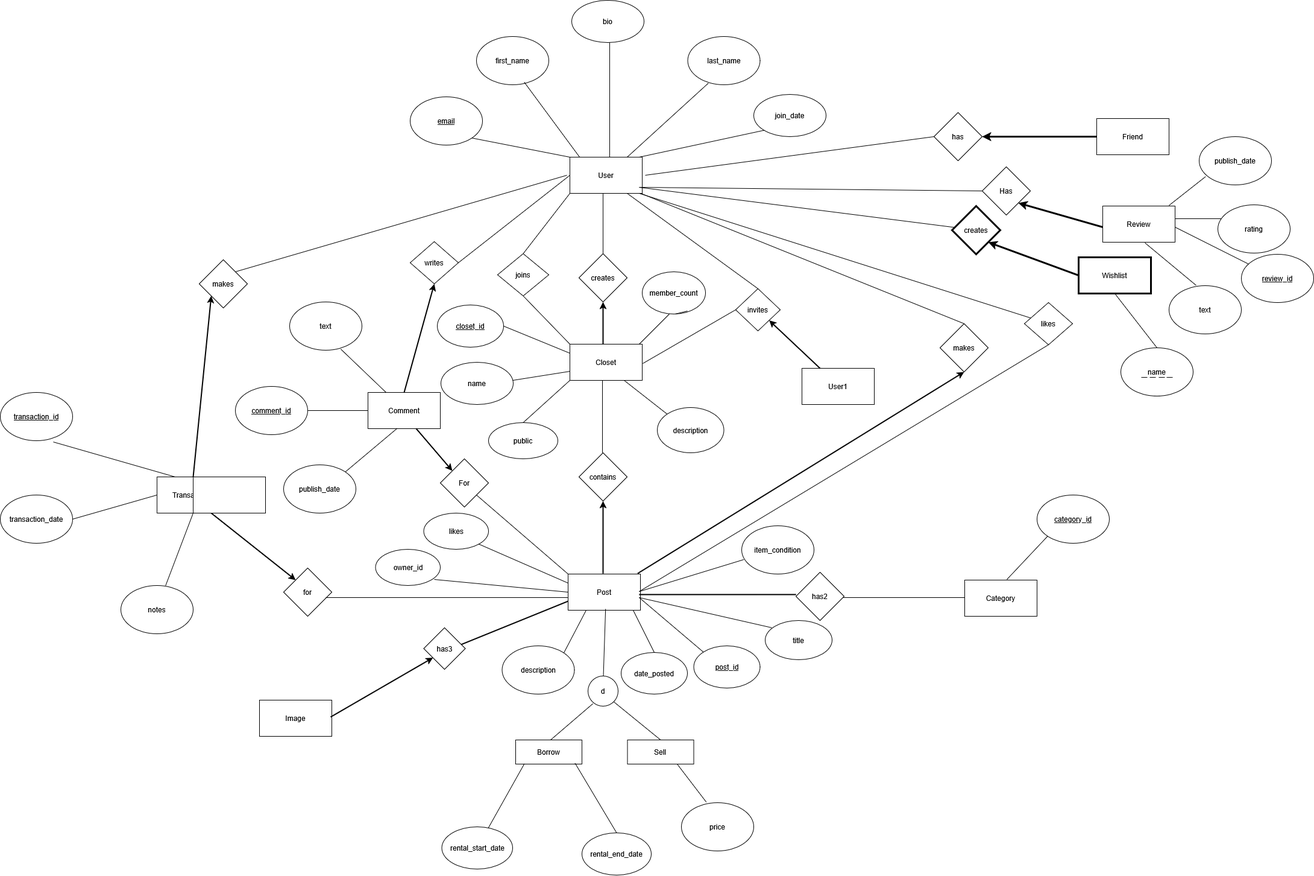
This is server/databases/closet_circle_erd.png from ninaw04/closet-circle, a draw.io export, as it was before one commit. Source tidied: cells renumbered, new cells last; positions are measured from the earlier drawing's top-left corner, leaving out a move shared by most shapes.
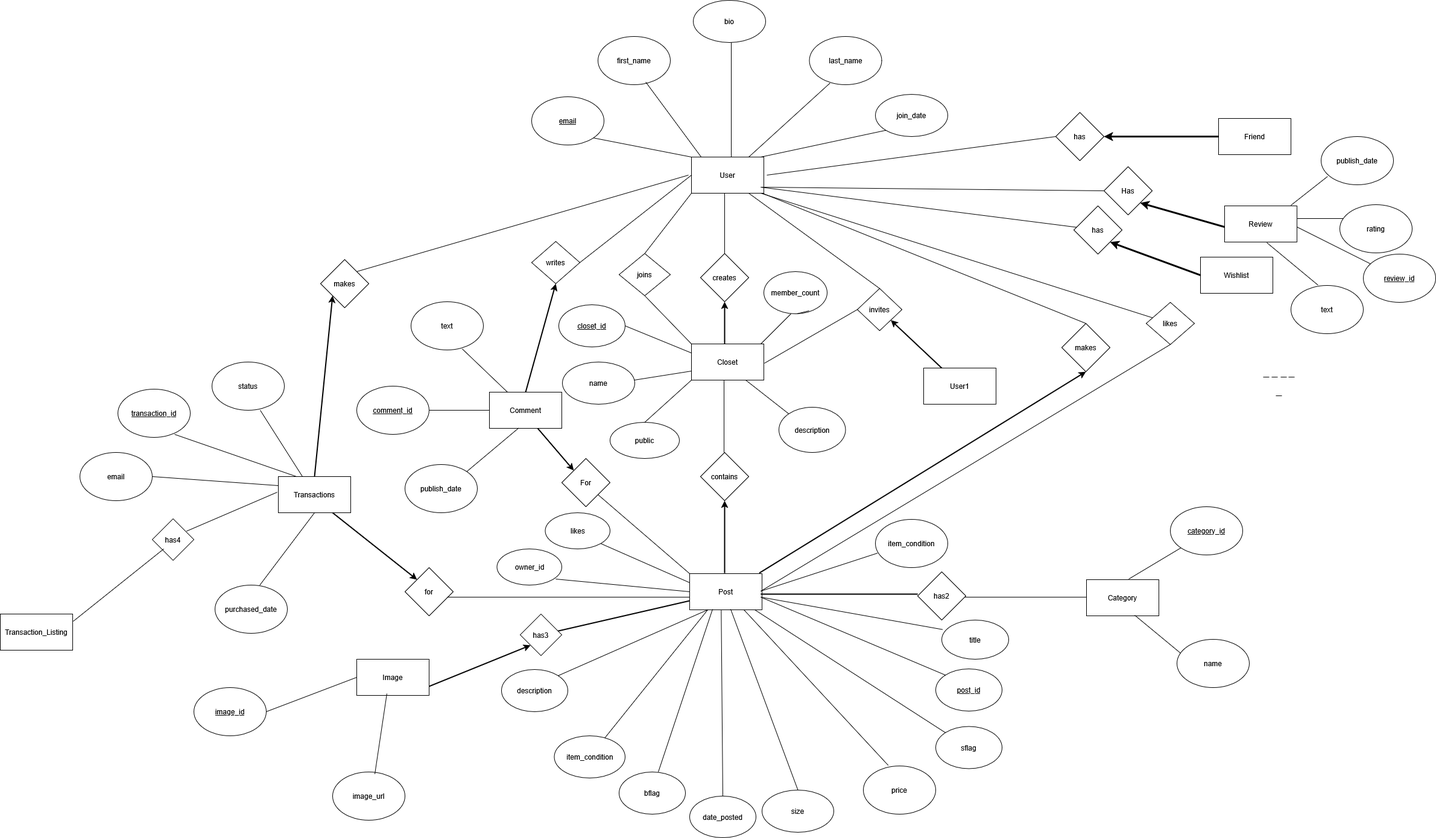
After the commit.

Commit message:
updated db erd and schema

Change to the diagram source:
```diff
@@ -99,35 +99,15 @@
       <mxGeometry relative="1" as="geometry" />
     </mxCell>
     <mxCell id="30" value="description" style="ellipse;whiteSpace=wrap;html=1;" parent="1" vertex="1">
-      <mxGeometry x="832.5" y="1070" width="120" height="80" as="geometry" />
+      <mxGeometry x="630" y="1110" width="110" height="70" as="geometry" />
     </mxCell>
     <mxCell id="31" style="endArrow=none;html=1;rounded=0;entryX=0.25;entryY=1;entryDx=0;entryDy=0;exitX=1;exitY=0;exitDx=0;exitDy=0;" parent="1" edge="1" source="30" target="22">
       <mxGeometry relative="1" as="geometry" />
     </mxCell>
     <mxCell id="32" value="price" style="ellipse;whiteSpace=wrap;html=1;" parent="1" vertex="1">
-      <mxGeometry x="1130" y="1330" width="120" height="80" as="geometry" />
+      <mxGeometry x="1230" y="1270" width="120" height="80" as="geometry" />
     </mxCell>
-    <mxCell id="33" style="endArrow=none;html=1;rounded=0;" parent="1" edge="1" source="79">
-      <mxGeometry relative="1" as="geometry">
-        <mxPoint x="1004.2" y="1009" as="targetPoint" />
-      </mxGeometry>
-    </mxCell>
-    <mxCell id="34" style="endArrow=none;html=1;rounded=0;" parent="1" edge="1">
-      <mxGeometry relative="1" as="geometry">
-        <mxPoint x="913" y="1226" as="sourcePoint" />
-        <mxPoint x="983" y="1166" as="targetPoint" />
-      </mxGeometry>
-    </mxCell>
-    <mxCell id="35" style="endArrow=none;html=1;rounded=0;entryX=0.5;entryY=0;entryDx=0;entryDy=0;exitX=1;exitY=1;exitDx=0;exitDy=0;" parent="1" edge="1" source="79" target="37">
-      <mxGeometry relative="1" as="geometry" />
-    </mxCell>
-    <mxCell id="36" value="Borrow" style="rounded=0;whiteSpace=wrap;html=1;" parent="1" vertex="1">
-      <mxGeometry x="855" y="1226" width="110" height="40" as="geometry" />
-    </mxCell>
-    <mxCell id="37" value="Sell" style="rounded=0;whiteSpace=wrap;html=1;" parent="1" vertex="1">
-      <mxGeometry x="1040.5" y="1226" width="110" height="40" as="geometry" />
-    </mxCell>
-    <mxCell id="38" style="endArrow=none;html=1;rounded=0;entryX=0.344;entryY=-0.012;entryDx=0;entryDy=0;entryPerimeter=0;exitX=0.75;exitY=1;exitDx=0;exitDy=0;" parent="1" edge="1" source="37" target="32">
+    <mxCell id="38" style="endArrow=none;html=1;rounded=0;entryX=0.344;entryY=-0.012;entryDx=0;entryDy=0;entryPerimeter=0;exitX=0.75;exitY=1;exitDx=0;exitDy=0;" parent="1" edge="1" source="22" target="32">
       <mxGeometry relative="1" as="geometry" />
     </mxCell>
     <mxCell id="39" value="For" style="rhombus;whiteSpace=wrap;html=1;" parent="1" vertex="1">
@@ -158,13 +138,11 @@
     <mxCell id="46" style="endArrow=classic;html=1;rounded=0;entryX=0.5;entryY=1;entryDx=0;entryDy=0;strokeWidth=2;exitX=0.5;exitY=0;exitDx=0;exitDy=0;" parent="1" edge="1" source="20" target="18">
       <mxGeometry relative="1" as="geometry" />
     </mxCell>
-    <mxCell id="47" style="endArrow=none;html=1;rounded=0;exitX=0.5;exitY=0;exitDx=0;exitDy=0;" parent="1" edge="1" source="48">
-      <mxGeometry relative="1" as="geometry">
-        <mxPoint x="1050" y="1011" as="targetPoint" />
-      </mxGeometry>
+    <mxCell id="47" style="endArrow=none;html=1;rounded=0;exitX=0.5;exitY=0;exitDx=0;exitDy=0;entryX=0.436;entryY=1.016;entryDx=0;entryDy=0;entryPerimeter=0;" parent="1" edge="1" source="48" target="22">
+      <mxGeometry relative="1" as="geometry" />
     </mxCell>
     <mxCell id="48" value="date_posted" style="ellipse;whiteSpace=wrap;html=1;" parent="1" vertex="1">
-      <mxGeometry x="1030" y="1081" width="110" height="69" as="geometry" />
+      <mxGeometry x="942" y="1320" width="110" height="69" as="geometry" />
     </mxCell>
     <mxCell id="49" style="endArrow=classic;html=1;rounded=0;entryX=0;entryY=0;entryDx=0;entryDy=0;strokeWidth=2;exitX=0.667;exitY=1;exitDx=0;exitDy=0;exitPerimeter=0;" parent="1" edge="1" source="20" target="39">
       <mxGeometry relative="1" as="geometry" />
@@ -184,7 +162,7 @@
         <mxPoint x="1000" y="570" as="sourcePoint" />
       </mxGeometry>
     </mxCell>
-    <mxCell id="53" value="creates" style="rhombus;whiteSpace=wrap;html=1;strokeWidth=3;" parent="1" vertex="1">
+    <mxCell id="53" value="has" style="rhombus;whiteSpace=wrap;html=1;strokeWidth=1;" parent="1" vertex="1">
       <mxGeometry x="1579" y="341" width="80" height="80" as="geometry" />
     </mxCell>
     <mxCell id="54" style="endArrow=none;html=1;rounded=0;" parent="1" edge="1" target="53">
@@ -192,15 +170,9 @@
         <mxPoint x="1060" y="310" as="sourcePoint" />
       </mxGeometry>
     </mxCell>
-    <mxCell id="55" value="Wishlist" style="rounded=0;whiteSpace=wrap;html=1;strokeWidth=3;" parent="1" vertex="1">
+    <mxCell id="55" value="Wishlist" style="rounded=0;whiteSpace=wrap;html=1;strokeWidth=1;" parent="1" vertex="1">
       <mxGeometry x="1789" y="426" width="120" height="60" as="geometry" />
     </mxCell>
-    <mxCell id="56" value="name" style="ellipse;whiteSpace=wrap;html=1;" parent="1" vertex="1">
-      <mxGeometry x="1859" y="576" width="120" height="80" as="geometry" />
-    </mxCell>
-    <mxCell id="57" style="endArrow=none;html=1;rounded=0;entryX=0.5;entryY=1;entryDx=0;entryDy=0;exitX=0.5;exitY=0;exitDx=0;exitDy=0;" parent="1" edge="1" source="56" target="55">
-      <mxGeometry relative="1" as="geometry" />
-    </mxCell>
     <mxCell id="58" value="Has" style="rhombus;whiteSpace=wrap;html=1;" parent="1" vertex="1">
       <mxGeometry x="1629" y="276" width="80" height="80" as="geometry" />
     </mxCell>
@@ -246,14 +218,14 @@
     <mxCell id="68" value="&lt;u&gt;review_id&lt;/u&gt;" style="ellipse;whiteSpace=wrap;html=1;" parent="1" vertex="1">
       <mxGeometry x="2059" y="421" width="120" height="80" as="geometry" />
     </mxCell>
-    <mxCell id="69" style="endArrow=none;html=1;rounded=0;entryX=0.131;entryY=0.989;entryDx=0;entryDy=0;entryPerimeter=0;" parent="1" edge="1" source="70" target="36">
+    <mxCell id="69" style="endArrow=none;html=1;rounded=0;entryX=0.25;entryY=1;entryDx=0;entryDy=0;" parent="1" edge="1" source="70" target="22">
       <mxGeometry relative="1" as="geometry" />
     </mxCell>
-    <mxCell id="70" value="rental_start_date" style="ellipse;whiteSpace=wrap;html=1;" parent="1" vertex="1">
-      <mxGeometry x="732.5" y="1370" width="117.5" height="70" as="geometry" />
+    <mxCell id="70" value="&lt;div&gt;item_condition&lt;/div&gt;" style="ellipse;whiteSpace=wrap;html=1;" parent="1" vertex="1">
+      <mxGeometry x="717.5" y="1220" width="117.5" height="70" as="geometry" />
     </mxCell>
     <mxCell id="71" value="&lt;u&gt;post_id&lt;/u&gt;" style="ellipse;whiteSpace=wrap;html=1;" parent="1" vertex="1">
-      <mxGeometry x="1150.5" y="1070" width="110" height="70" as="geometry" />
+      <mxGeometry x="1350" y="1109" width="110" height="70" as="geometry" />
     </mxCell>
     <mxCell id="72" style="endArrow=none;html=1;rounded=0;entryX=0;entryY=0;entryDx=0;entryDy=0;" parent="1" edge="1" target="71">
       <mxGeometry relative="1" as="geometry">
@@ -280,14 +252,6 @@
         <mxPoint x="940" y="290" as="targetPoint" />
       </mxGeometry>
     </mxCell>
-    <mxCell id="78" style="endArrow=none;html=1;rounded=0;" parent="1" edge="1" target="79">
-      <mxGeometry relative="1" as="geometry">
-        <mxPoint x="1004.2" y="1159" as="sourcePoint" />
-      </mxGeometry>
-    </mxCell>
-    <mxCell id="79" value="d" style="ellipse;whiteSpace=wrap;html=1;" parent="1" vertex="1">
-      <mxGeometry x="975" y="1120" width="50" height="50" as="geometry" />
-    </mxCell>
     <mxCell id="80" value="makes" style="rhombus;whiteSpace=wrap;html=1;" parent="1" vertex="1">
       <mxGeometry x="330" y="430" width="80" height="80" as="geometry" />
     </mxCell>
@@ -301,26 +265,16 @@
       </mxGeometry>
     </mxCell>
     <mxCell id="83" value="&lt;u&gt;transaction_id&lt;/u&gt;" style="ellipse;whiteSpace=wrap;html=1;" parent="1" vertex="1">
-      <mxGeometry y="650" width="120" height="80" as="geometry" />
+      <mxGeometry x="-6" y="645" width="120" height="80" as="geometry" />
     </mxCell>
-    <mxCell id="84" value="transaction_date" style="ellipse;whiteSpace=wrap;html=1;" parent="1" vertex="1">
-      <mxGeometry y="820" width="120" height="80" as="geometry" />
-    </mxCell>
-    <mxCell id="85" value="rental_end_date" style="ellipse;whiteSpace=wrap;html=1;" parent="1" vertex="1">
-      <mxGeometry x="965" y="1380" width="115" height="70" as="geometry" />
-    </mxCell>
-    <mxCell id="86" style="endArrow=none;html=1;rounded=0;entryX=0.5;entryY=0;entryDx=0;entryDy=0;exitX=0.897;exitY=0.968;exitDx=0;exitDy=0;exitPerimeter=0;" parent="1" edge="1" source="36" target="85">
-      <mxGeometry relative="1" as="geometry" />
-    </mxCell>
-    <mxCell id="87" value="notes" style="ellipse;whiteSpace=wrap;html=1;" parent="1" vertex="1">
-      <mxGeometry x="200" y="970" width="120" height="80" as="geometry" />
+    <mxCell id="87" value="purchased_date" style="ellipse;whiteSpace=wrap;html=1;" parent="1" vertex="1">
+      <mxGeometry x="155" y="970" width="120" height="80" as="geometry" />
     </mxCell>
-    <mxCell id="88" style="endArrow=none;html=1;rounded=0;entryX=0.25;entryY=0;entryDx=0;entryDy=0;exitX=0.733;exitY=1.026;exitDx=0;exitDy=0;exitPerimeter=0;" parent="1" edge="1" source="83" target="75">
-      <mxGeometry relative="1" as="geometry" />
+    <mxCell id="88" style="endArrow=none;html=1;rounded=0;entryX=0.25;entryY=0;entryDx=0;entryDy=0;" parent="1" edge="1" target="75">
+      <mxGeometry relative="1" as="geometry">
+        <mxPoint x="88" y="720" as="sourcePoint" />
+      </mxGeometry>
     </mxCell>
-    <mxCell id="89" style="endArrow=none;html=1;rounded=0;entryX=0;entryY=0.5;entryDx=0;entryDy=0;exitX=1;exitY=0.5;exitDx=0;exitDy=0;" parent="1" edge="1" source="84" target="75">
-      <mxGeometry relative="1" as="geometry" />
-    </mxCell>
     <mxCell id="90" style="endArrow=none;html=1;rounded=0;entryX=0.5;entryY=1;entryDx=0;entryDy=0;exitX=0.619;exitY=0.001;exitDx=0;exitDy=0;exitPerimeter=0;" parent="1" edge="1" source="87" target="75">
       <mxGeometry relative="1" as="geometry" />
     </mxCell>
@@ -370,7 +324,7 @@
       </mxGeometry>
     </mxCell>
     <mxCell id="102" value="item_condition" style="ellipse;whiteSpace=wrap;html=1;" parent="1" vertex="1">
-      <mxGeometry x="1230" y="871" width="120" height="80" as="geometry" />
+      <mxGeometry x="1250" y="861" width="120" height="80" as="geometry" />
     </mxCell>
     <mxCell id="103" style="endArrow=none;html=1;rounded=0;entryX=0.029;entryY=0.7;entryDx=0;entryDy=0;entryPerimeter=0;" parent="1" edge="1" target="102">
       <mxGeometry relative="1" as="geometry">
@@ -445,14 +399,13 @@
     <mxCell id="117" value="has2" style="rhombus;whiteSpace=wrap;html=1;" parent="1" vertex="1">
       <mxGeometry x="1320" y="948" width="80" height="80" as="geometry" />
     </mxCell>
-    <mxCell id="118" style="endArrow=none;html=1;rounded=0;" parent="1" edge="1">
+    <mxCell id="118" style="endArrow=none;html=1;rounded=0;entryX=0.011;entryY=0.241;entryDx=0;entryDy=0;entryPerimeter=0;" parent="1" edge="1" target="119">
       <mxGeometry relative="1" as="geometry">
         <mxPoint x="1060" y="990" as="sourcePoint" />
-        <mxPoint x="1280" y="1040" as="targetPoint" />
       </mxGeometry>
     </mxCell>
     <mxCell id="119" value="&lt;div&gt;title&lt;/div&gt;" style="ellipse;whiteSpace=wrap;html=1;" parent="1" vertex="1">
-      <mxGeometry x="1269" y="1028" width="111" height="65" as="geometry" />
+      <mxGeometry x="1360" y="1028" width="111" height="65" as="geometry" />
     </mxCell>
     <mxCell id="120" style="endArrow=none;html=1;rounded=0;" parent="1" edge="1">
       <mxGeometry relative="1" as="geometry">
@@ -484,7 +437,7 @@
       <mxGeometry relative="1" as="geometry" />
     </mxCell>
     <mxCell id="127" value="&lt;u&gt;category_id&lt;/u&gt;" style="ellipse;whiteSpace=wrap;html=1;" parent="1" vertex="1">
-      <mxGeometry x="1720" y="820" width="120" height="80" as="geometry" />
+      <mxGeometry x="1739" y="840" width="120" height="80" as="geometry" />
     </mxCell>
     <mxCell id="128" style="endArrow=none;html=1;rounded=0;entryX=0;entryY=1;entryDx=0;entryDy=0;" parent="1" edge="1" target="127">
       <mxGeometry relative="1" as="geometry">
@@ -505,20 +458,95 @@
         <mxPoint x="1040" y="260" as="sourcePoint" />
       </mxGeometry>
     </mxCell>
-    <mxCell id="133" style="whiteSpace=wrap;html=1;" parent="1" vertex="1">
-      <mxGeometry x="320" y="790" width="120" height="60" as="geometry" />
-    </mxCell>
     <mxCell id="134" value="has3" style="rhombus;whiteSpace=wrap;html=1;" parent="1" vertex="1">
-      <mxGeometry x="702.5" y="1040" width="69" height="69" as="geometry" />
+      <mxGeometry x="661" y="1018" width="69" height="69" as="geometry" />
     </mxCell>
     <mxCell id="135" value="Image" style="rounded=0;whiteSpace=wrap;html=1;" parent="1" vertex="1">
-      <mxGeometry x="430" y="1160" width="120" height="60" as="geometry" />
+      <mxGeometry x="390" y="1093" width="120" height="60" as="geometry" />
     </mxCell>
-    <mxCell id="136" style="endArrow=classic;html=1;rounded=0;entryX=0;entryY=1;entryDx=0;entryDy=0;strokeWidth=2;" parent="1" edge="1">
-      <mxGeometry relative="1" as="geometry">
-        <mxPoint x="548" y="1188" as="sourcePoint" />
-        <mxPoint x="717.8" y="1089.8" as="targetPoint" />
-      </mxGeometry>
+    <mxCell id="136" style="endArrow=classic;html=1;rounded=0;strokeWidth=2;exitX=1;exitY=0.75;exitDx=0;exitDy=0;entryX=0;entryY=1;entryDx=0;entryDy=0;" parent="1" edge="1" source="135" target="134">
+      <mxGeometry relative="1" as="geometry" />
     </mxCell>
+    <mxCell id="137" value="has4" style="rhombus;whiteSpace=wrap;html=1;" parent="1" vertex="1">
+      <mxGeometry x="51" y="860" width="69" height="69" as="geometry" />
+    </mxCell>
+    <mxCell id="138" style="endArrow=none;html=1;rounded=0;exitX=1;exitY=0.5;exitDx=0;exitDy=0;entryX=0;entryY=0.75;entryDx=0;entryDy=0;strokeWidth=1;" parent="1" edge="1">
+      <mxGeometry relative="1" as="geometry">
+        <mxPoint x="108" y="880.5" as="sourcePoint" />
+        <mxPoint x="258" y="816" as="targetPoint" />
+      </mxGeometry>
+    </mxCell>
+    <mxCell id="139" style="endArrow=none;html=1;rounded=0;" parent="1" edge="1">
+      <mxGeometry relative="1" as="geometry">
+        <mxPoint x="-80" y="1030" as="sourcePoint" />
+        <mxPoint x="70" y="910" as="targetPoint" />
+      </mxGeometry>
+    </mxCell>
+    <mxCell id="140" value="Transaction_Listing" style="rounded=0;whiteSpace=wrap;html=1;" parent="1" vertex="1">
+      <mxGeometry x="-201" y="1018" width="120" height="60" as="geometry" />
+    </mxCell>
+    <mxCell id="141" value="bflag" style="ellipse;whiteSpace=wrap;html=1;" parent="1" vertex="1">
+      <mxGeometry x="825" y="1280" width="110" height="70" as="geometry" />
+    </mxCell>
+    <mxCell id="142" value="sflag" style="ellipse;whiteSpace=wrap;html=1;" parent="1" vertex="1">
+      <mxGeometry x="1350" y="1204.5" width="110" height="70" as="geometry" />
+    </mxCell>
+    <mxCell id="143" value="size" style="ellipse;whiteSpace=wrap;html=1;" parent="1" vertex="1">
+      <mxGeometry x="1062" y="1310" width="119" height="70" as="geometry" />
+    </mxCell>
+    <mxCell id="144" style="endArrow=none;html=1;rounded=0;exitX=0.75;exitY=1;exitDx=0;exitDy=0;entryX=0;entryY=0;entryDx=0;entryDy=0;" parent="1" edge="1" target="142">
+      <mxGeometry relative="1" as="geometry">
+        <mxPoint x="1050" y="1011" as="sourcePoint" />
+      </mxGeometry>
+    </mxCell>
+    <mxCell id="145" style="endArrow=none;html=1;rounded=0;entryX=0.5;entryY=0;entryDx=0;entryDy=0;" parent="1" edge="1" target="143">
+      <mxGeometry relative="1" as="geometry">
+        <mxPoint x="1010" y="1010" as="sourcePoint" />
+      </mxGeometry>
+    </mxCell>
+    <mxCell id="146" style="endArrow=none;html=1;rounded=0;exitX=1;exitY=0.5;exitDx=0;exitDy=0;entryX=0;entryY=0.5;entryDx=0;entryDy=0;" parent="1" edge="1" source="147" target="135">
+      <mxGeometry relative="1" as="geometry" />
+    </mxCell>
+    <mxCell id="147" value="&lt;u&gt;image_id&lt;/u&gt;" style="ellipse;whiteSpace=wrap;html=1;" parent="1" vertex="1">
+      <mxGeometry x="120" y="1140" width="120" height="80" as="geometry" />
+    </mxCell>
+    <mxCell id="148" value="image_url" style="ellipse;whiteSpace=wrap;html=1;" parent="1" vertex="1">
+      <mxGeometry x="350" y="1280" width="120" height="80" as="geometry" />
+    </mxCell>
+    <mxCell id="149" style="endArrow=none;html=1;rounded=0;exitX=1;exitY=0.5;exitDx=0;exitDy=0;" parent="1" edge="1">
+      <mxGeometry relative="1" as="geometry">
+        <mxPoint x="420" y="1283.5" as="sourcePoint" />
+        <mxPoint x="440" y="1150" as="targetPoint" />
+      </mxGeometry>
+    </mxCell>
+    <mxCell id="150" style="endArrow=none;html=1;rounded=0;" parent="1" edge="1">
+      <mxGeometry relative="1" as="geometry">
+        <mxPoint x="890" y="1280" as="sourcePoint" />
+        <mxPoint x="980" y="1010" as="targetPoint" />
+      </mxGeometry>
+    </mxCell>
+    <mxCell id="151" style="endArrow=none;html=1;rounded=0;entryX=0.052;entryY=0.289;entryDx=0;entryDy=0;entryPerimeter=0;" parent="1" edge="1" target="56">
+      <mxGeometry relative="1" as="geometry">
+        <mxPoint x="1680" y="1020" as="sourcePoint" />
+      </mxGeometry>
+    </mxCell>
+    <mxCell id="56" value="name" style="ellipse;whiteSpace=wrap;html=1;" parent="1" vertex="1">
+      <mxGeometry x="1750" y="1060" width="120" height="80" as="geometry" />
+    </mxCell>
+    <mxCell id="152" value="email" style="ellipse;whiteSpace=wrap;html=1;" parent="1" vertex="1">
+      <mxGeometry x="-69" y="750" width="120" height="80" as="geometry" />
+    </mxCell>
+    <mxCell id="153" style="endArrow=none;html=1;rounded=0;entryX=0;entryY=0.25;entryDx=0;entryDy=0;exitX=1;exitY=0.5;exitDx=0;exitDy=0;" parent="1" edge="1" source="152" target="75">
+      <mxGeometry relative="1" as="geometry" />
+    </mxCell>
+    <mxCell id="154" value="status" style="ellipse;whiteSpace=wrap;html=1;" parent="1" vertex="1">
+      <mxGeometry x="150" y="600" width="120" height="80" as="geometry" />
+    </mxCell>
+    <mxCell id="155" style="endArrow=none;html=1;rounded=0;" parent="1" edge="1">
+      <mxGeometry relative="1" as="geometry">
+        <mxPoint x="230" y="680" as="sourcePoint" />
+        <mxPoint x="300" y="790" as="targetPoint" />
+      </mxGeometry>
+    </mxCell>
   </root>
 </mxGraphModel>
```
